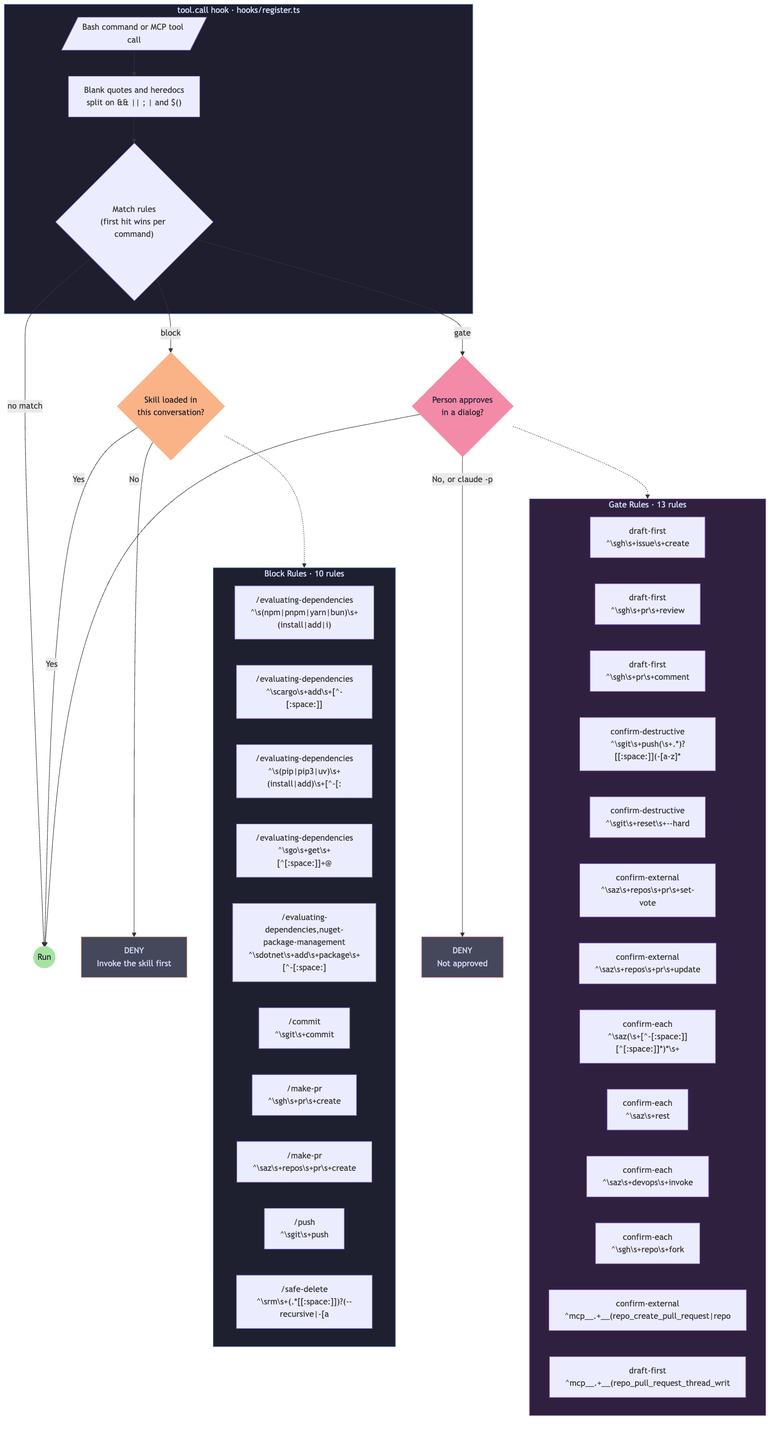
Before: plugins/skill-router/diagrams/hook-flow.png, a diagram exported from Mermaid (Saturate/agents). Its source is kept beside it as plugins/skill-router/diagrams/hook-flow.mmd.
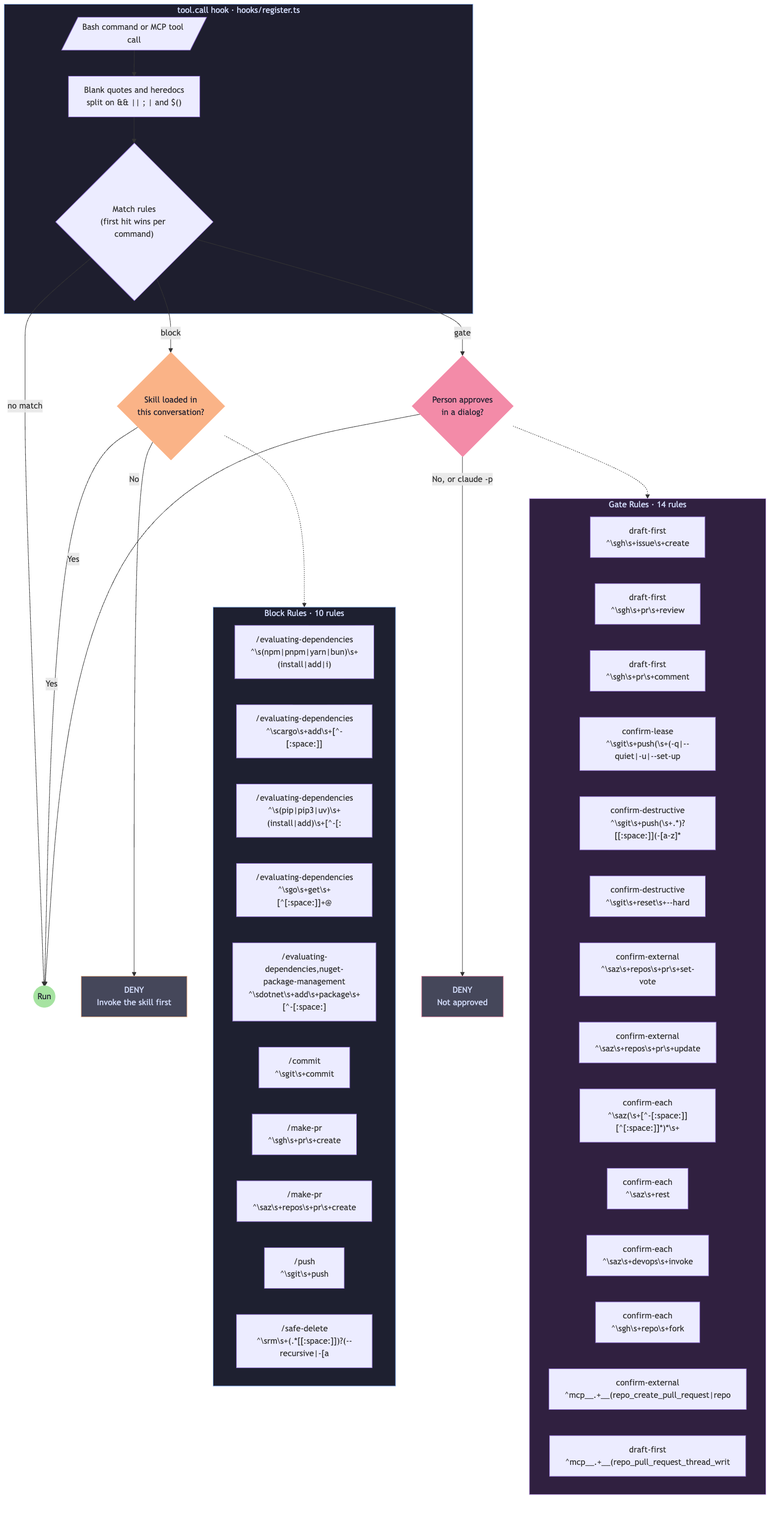
After the commit.

Commit message:
feat(skill-router): let a lease push to a feature branch be allowed, and name the gated command (#23)

Change to the diagram source:
```diff
@@ -22,20 +22,21 @@
     ASK -->|"Yes"| PASS
     ASK -->|"No, or claude -p"| DENY2
 
-    subgraph gates["Gate Rules · 13 rules"]
+    subgraph gates["Gate Rules · 14 rules"]
         G1["draft-first\n^\sgh\s+issue\s+create"]
         G2["draft-first\n^\sgh\s+pr\s+review"]
         G3["draft-first\n^\sgh\s+pr\s+comment"]
-        G4["confirm-destructive\n^\sgit\s+push(\s+.*)?[[:space:]](-[a-z]*"]
-        G5["confirm-destructive\n^\sgit\s+reset\s+--hard"]
-        G6["confirm-external\n^\saz\s+repos\s+pr\s+set-vote"]
-        G7["confirm-external\n^\saz\s+repos\s+pr\s+update"]
-        G8["confirm-each\n^\saz(\s+[^-[:space:]][^[:space:]]*)*\s+"]
-        G9["confirm-each\n^\saz\s+rest"]
-        G10["confirm-each\n^\saz\s+devops\s+invoke"]
-        G11["confirm-each\n^\sgh\s+repo\s+fork"]
-        G12["confirm-external\n^mcp__.+__(repo_create_pull_request|repo"]
-        G13["draft-first\n^mcp__.+__(repo_pull_request_thread_writ"]
+        G4["confirm-lease\n^\sgit\s+push(\s+(-q|--quiet|-u|--set-up"]
+        G5["confirm-destructive\n^\sgit\s+push(\s+.*)?[[:space:]](-[a-z]*"]
+        G6["confirm-destructive\n^\sgit\s+reset\s+--hard"]
+        G7["confirm-external\n^\saz\s+repos\s+pr\s+set-vote"]
+        G8["confirm-external\n^\saz\s+repos\s+pr\s+update"]
+        G9["confirm-each\n^\saz(\s+[^-[:space:]][^[:space:]]*)*\s+"]
+        G10["confirm-each\n^\saz\s+rest"]
+        G11["confirm-each\n^\saz\s+devops\s+invoke"]
+        G12["confirm-each\n^\sgh\s+repo\s+fork"]
+        G13["confirm-external\n^mcp__.+__(repo_create_pull_request|repo"]
+        G14["draft-first\n^mcp__.+__(repo_pull_request_thread_writ"]
     end
 
     subgraph blocks["Block Rules · 10 rules"]
```
